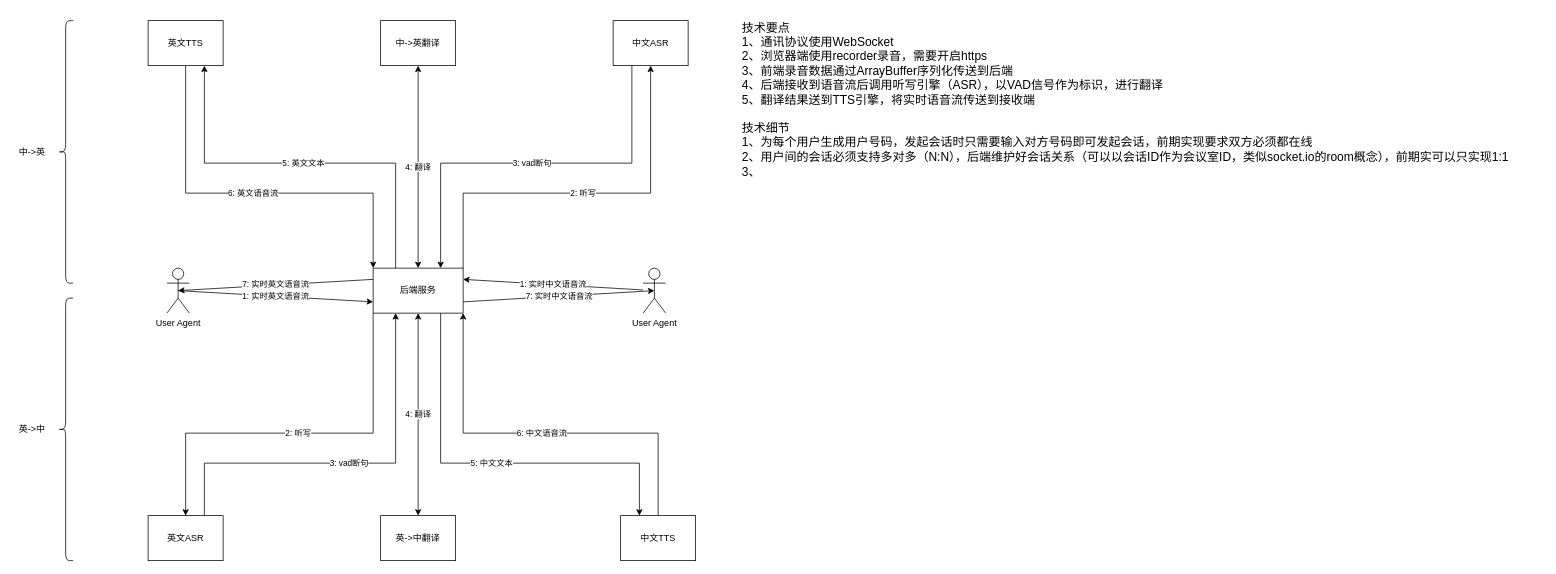
This is page "第 2 页" (2 of 2) of 未命名绘图.drawio from islenbo/test, a draw.io file, before an edit. Source tidied: cells renumbered, new cells numbered last; positions are measured from the earlier drawing's top-left corner, leaving out a move shared by most shapes. Both pictures are drawn from the tidied source at 75%, with x=0, y=0 at pixel (13, 20).
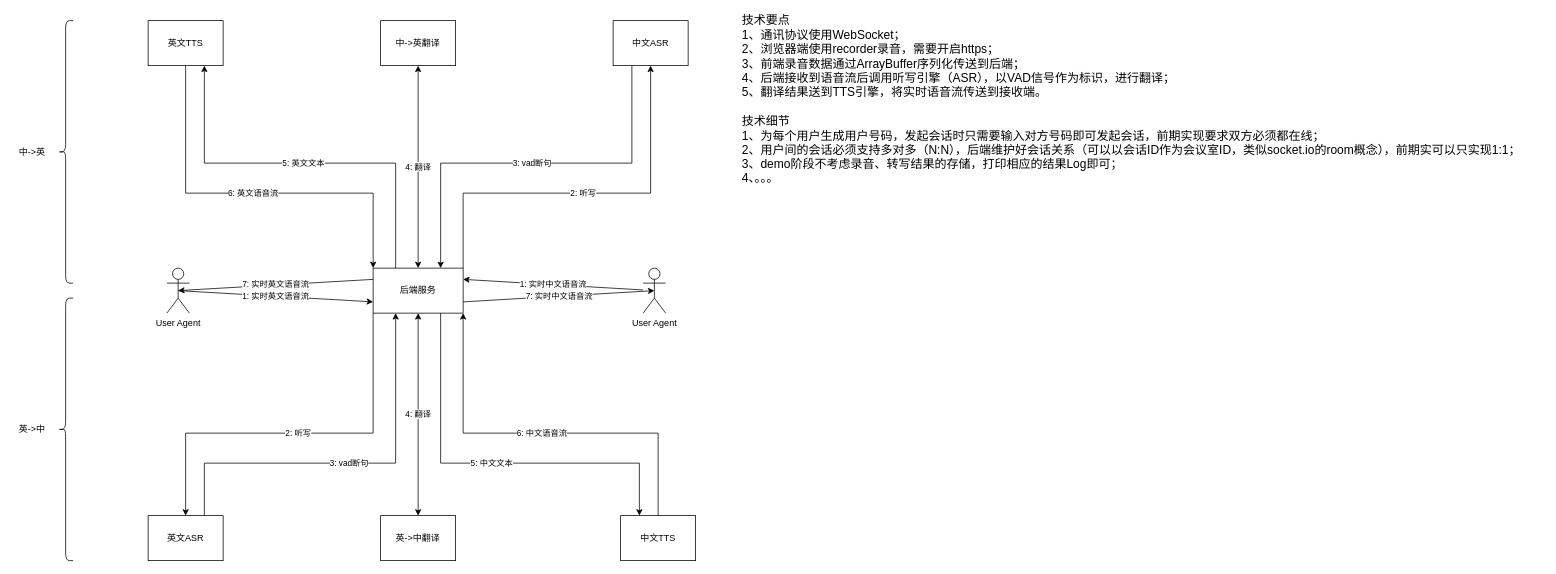
After the change.

Commit message:
更新未命名绘图.drawio

What changed in the source:
```diff
@@
-    <mxCell id="31" value="技术要点&lt;br&gt;&lt;div&gt;1、通讯协议使用WebSocket&lt;/div&gt;&lt;div&gt;2、浏览器端使用recorder录音，需要开启https&lt;/div&gt;&lt;div&gt;3、前端录音数据通过ArrayBuffer序列化传送到后端&lt;/div&gt;4、后端接收到语音流后调用听写引擎（ASR），以VAD信号作为标识，进行翻译&lt;br&gt;5、翻译结果送到TTS引擎，将实时语音流传送到接收端&lt;br&gt;&lt;br&gt;技术细节&lt;br&gt;1、为每个用户生成用户号码，发起会话时只需要输入对方号码即可发起会话，前期实现要求双方必须都在线&lt;br&gt;2、用户间的会话必须支持多对多（N:N），后端维护好会话关系（可以以会话ID作为会议室ID，类似socket.io的room概念），前期实可以只实现1:1&lt;br&gt;3、" style="text;html=1;align=left;verticalAlign=middle;fontSize=16;" parent="1" vertex="1">
-      <mxGeometry x="970" width="1050" height="210" as="geometry" />
+    <mxCell id="31" value="技术要点&lt;br&gt;&lt;div&gt;1、通讯协议使用WebSocket；&lt;/div&gt;&lt;div&gt;2、浏览器端使用recorder录音，需要开启https；&lt;/div&gt;&lt;div&gt;3、前端录音数据通过ArrayBuffer序列化传送到后端；&lt;/div&gt;4、后端接收到语音流后调用听写引擎（ASR），以VAD信号作为标识，进行翻译；&lt;br&gt;5、翻译结果送到TTS引擎，将实时语音流传送到接收端。&lt;br&gt;&lt;br&gt;技术细节&lt;br&gt;1、为每个用户生成用户号码，发起会话时只需要输入对方号码即可发起会话，前期实现要求双方必须都在线；&lt;br&gt;2、用户间的会话必须支持多对多（N:N），后端维护好会话关系（可以以会话ID作为会议室ID，类似socket.io的room概念），前期实可以只实现1:1；&lt;br&gt;3、demo阶段不考虑录音、转写结果的存储，打印相应的结果Log即可；&lt;br&gt;4、。。。" style="text;html=1;align=left;verticalAlign=middle;fontSize=16;" parent="1" vertex="1">
+      <mxGeometry x="970" y="-10" width="1070" height="230" as="geometry" />
     </mxCell>
```
